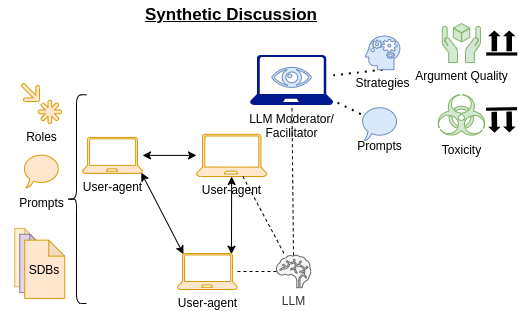
Earlier version of the draw.io export manuscript/resources/research_goal.png (dimits-ts/synthetic_moderation_experiments). Source tidied: cells renumbered, new cells last; positions are measured from the earlier drawing's top-left corner, leaving out a move shared by most shapes. Its diagram source:
```xml
<mxGraphModel>
  <root>
    <mxCell id="0" />
    <mxCell id="1" parent="0" />
    <mxCell id="2" style="endArrow=classic;startArrow=classic;html=1;rounded=0;entryX=0.1;entryY=0.02;entryDx=0;entryDy=0;entryPerimeter=0;exitX=0.98;exitY=0.98;exitDx=0;exitDy=0;exitPerimeter=0;" parent="1" edge="1" source="7" target="8">
      <mxGeometry relative="1" as="geometry" />
    </mxCell>
    <mxCell id="3" style="endArrow=none;dashed=1;html=1;dashPattern=1 3;strokeWidth=2;rounded=0;" parent="1" edge="1" source="24" target="17">
      <mxGeometry relative="1" as="geometry" />
    </mxCell>
    <mxCell id="4" style="endArrow=none;dashed=1;html=1;dashPattern=1 3;strokeWidth=2;rounded=0;exitX=0.5;exitY=1;exitDx=0;exitDy=0;exitPerimeter=0;" parent="1" edge="1" source="13" target="17">
      <mxGeometry relative="1" as="geometry" />
    </mxCell>
    <mxCell id="5" value="&lt;b&gt;&lt;u&gt;&lt;font style=&quot;font-size: 17px;&quot;&gt;Synthetic Discussion&lt;/font&gt;&lt;/u&gt;&lt;/b&gt;" style="text;html=1;align=center;verticalAlign=middle;whiteSpace=wrap;rounded=0;" parent="1" vertex="1">
      <mxGeometry x="0.2" y="-0.1" width="464" height="30" as="geometry" />
    </mxCell>
    <mxCell id="6" style="endArrow=classic;startArrow=classic;html=1;rounded=0;exitX=0.9;exitY=0.02;exitDx=0;exitDy=0;exitPerimeter=0;" parent="1" edge="1" source="8" target="15">
      <mxGeometry relative="1" as="geometry" />
    </mxCell>
    <mxCell id="7" value="User-agent" style="sketch=0;shadow=0;dashed=0;html=1;strokeColor=#d79b00;labelPosition=center;verticalLabelPosition=bottom;verticalAlign=top;align=center;fillColor=#ffe6cc;shape=mxgraph.azure.laptop;" parent="1" vertex="1">
      <mxGeometry x="83" y="136.9" width="60" height="36" as="geometry" />
    </mxCell>
    <mxCell id="8" value="User-agent" style="sketch=0;shadow=0;dashed=0;html=1;strokeColor=#d79b00;labelPosition=center;verticalLabelPosition=bottom;verticalAlign=top;align=center;fillColor=#ffe6cc;shape=mxgraph.azure.laptop;" parent="1" vertex="1">
      <mxGeometry x="178" y="253" width="60" height="36" as="geometry" />
    </mxCell>
    <mxCell id="9" style="shape=mxgraph.signs.safety.store_right_up_1;html=1;fillColor=#000000;strokeColor=none;verticalLabelPosition=bottom;verticalAlign=top;align=center;sketch=0;rotation=-181;" parent="1" vertex="1">
      <mxGeometry x="486.8" y="106.9" width="30.9" height="25.2" as="geometry" />
    </mxCell>
    <mxCell id="10" value="Toxicity" style="shape=mxgraph.signs.safety.biohazard;html=1;fillColor=#d5e8d4;strokeColor=#82b366;verticalLabelPosition=bottom;verticalAlign=top;align=center;sketch=0;" parent="1" vertex="1">
      <mxGeometry x="437" y="94.3" width="49.8" height="41.9" as="geometry" />
    </mxCell>
    <mxCell id="11" value="Argument Quality" style="shape=mxgraph.signs.safety.handle_with_care;html=1;fillColor=#d5e8d4;strokeColor=#82b366;verticalLabelPosition=bottom;verticalAlign=top;align=center;sketch=0;" parent="1" vertex="1">
      <mxGeometry x="442.8" y="23" width="38.2" height="39" as="geometry" />
    </mxCell>
    <mxCell id="12" style="shape=mxgraph.signs.safety.store_right_up_1;html=1;fillColor=#000000;strokeColor=none;verticalLabelPosition=bottom;verticalAlign=top;align=center;sketch=0;rotation=0;" parent="1" vertex="1">
      <mxGeometry x="486.8" y="29.9" width="30.9" height="25.2" as="geometry" />
    </mxCell>
    <mxCell id="13" value="Strategies" style="shape=mxgraph.signs.healthcare.mental_health;html=1;fillColor=#dae8fc;strokeColor=#6c8ebf;verticalLabelPosition=bottom;verticalAlign=top;align=center;sketch=0;" parent="1" vertex="1">
      <mxGeometry x="366" y="35.6" width="34.4" height="33.5" as="geometry" />
    </mxCell>
    <mxCell id="14" value="LLM" style="shape=mxgraph.signs.healthcare.brain;html=1;fillColor=#f5f5f5;strokeColor=#666666;verticalLabelPosition=bottom;verticalAlign=top;align=center;sketch=0;fontColor=#333333;" parent="1" vertex="1">
      <mxGeometry x="277" y="254.8" width="34.4" height="32.5" as="geometry" />
    </mxCell>
    <mxCell id="15" value="User-agent" style="sketch=0;shadow=0;dashed=0;html=1;strokeColor=#d79b00;labelPosition=center;verticalLabelPosition=bottom;verticalAlign=top;align=center;fillColor=#ffe6cc;shape=mxgraph.azure.laptop;" parent="1" vertex="1">
      <mxGeometry x="197" y="133.8" width="70.3" height="42.2" as="geometry" />
    </mxCell>
    <mxCell id="16" style="group;" parent="1" vertex="1">
      <mxGeometry x="250.5" y="54.6" width="83.3" height="50" as="geometry" />
    </mxCell>
    <mxCell id="17" value="LLM Moderator/&lt;div&gt;Facilitator&lt;/div&gt;" style="sketch=0;shadow=0;dashed=0;html=1;strokeColor=none;labelPosition=center;verticalLabelPosition=bottom;verticalAlign=top;align=center;fillColor=#00188D;shape=mxgraph.azure.laptop;" parent="16" vertex="1">
      <mxGeometry width="83.3" height="50" as="geometry" />
    </mxCell>
    <mxCell id="18" style="shape=mxgraph.signs.healthcare.eye;html=1;fillColor=#dae8fc;strokeColor=#6c8ebf;verticalLabelPosition=bottom;verticalAlign=top;align=center;sketch=0;" parent="16" vertex="1">
      <mxGeometry x="21.7" y="12.3" width="40" height="20" as="geometry" />
    </mxCell>
    <mxCell id="19" style="endArrow=classic;startArrow=classic;html=1;rounded=0;" parent="1" edge="1" source="7" target="15">
      <mxGeometry relative="1" as="geometry" />
    </mxCell>
    <mxCell id="20" style="endArrow=none;dashed=1;html=1;rounded=0;" parent="1" edge="1" source="15" target="14">
      <mxGeometry relative="1" as="geometry" />
    </mxCell>
    <mxCell id="21" style="endArrow=none;dashed=1;html=1;rounded=0;" parent="1" edge="1" source="8" target="14">
      <mxGeometry relative="1" as="geometry" />
    </mxCell>
    <mxCell id="22" style="endArrow=none;dashed=1;html=1;rounded=0;" parent="1" edge="1" source="14" target="17">
      <mxGeometry relative="1" as="geometry" />
    </mxCell>
    <mxCell id="23" style="group;" parent="1" vertex="1">
      <mxGeometry x="345.2" y="105.6" width="70" height="55" as="geometry" />
    </mxCell>
    <mxCell id="24" style="whiteSpace=wrap;html=1;shape=mxgraph.basic.oval_callout;fillColor=#dae8fc;strokeColor=#6c8ebf;" parent="23" vertex="1">
      <mxGeometry x="16.1" width="37.8" height="34.6" as="geometry" />
    </mxCell>
    <mxCell id="25" value="Prompts" style="text;html=1;align=center;verticalAlign=middle;points=[];" parent="23" vertex="1">
      <mxGeometry y="25" width="70" height="30" as="geometry" />
    </mxCell>
    <mxCell id="26" style="group;" parent="1" vertex="1">
      <mxGeometry x="7" y="153" width="70" height="55" as="geometry" />
    </mxCell>
    <mxCell id="27" style="whiteSpace=wrap;html=1;shape=mxgraph.basic.oval_callout;fillColor=#ffe6cc;strokeColor=#d79b00;" parent="26" vertex="1">
      <mxGeometry x="16.1" width="37.8" height="34.6" as="geometry" />
    </mxCell>
    <mxCell id="28" style="group;" parent="1" vertex="1">
      <mxGeometry x="15.2" y="228" width="50" height="70" as="geometry" />
    </mxCell>
    <mxCell id="29" style="shape=note;whiteSpace=wrap;html=1;backgroundOutline=1;darkOpacity=0.05;fillColor=#fff2cc;strokeColor=#d6b656;" parent="28" vertex="1">
      <mxGeometry width="40" height="58.3" as="geometry" />
    </mxCell>
    <mxCell id="30" style="shape=note;whiteSpace=wrap;html=1;backgroundOutline=1;darkOpacity=0.05;fillColor=#e1d5e7;strokeColor=#9673a6;" parent="28" vertex="1">
      <mxGeometry x="5" y="5.8" width="40" height="58.3" as="geometry" />
    </mxCell>
    <mxCell id="31" style="shape=note;whiteSpace=wrap;html=1;backgroundOutline=1;darkOpacity=0.05;fillColor=#ffe6cc;strokeColor=#d79b00;size=16;" parent="28" vertex="1">
      <mxGeometry x="10" y="11.7" width="40" height="58.3" as="geometry" />
    </mxCell>
    <mxCell id="32" value="SDBs" style="text;html=1;align=center;verticalAlign=middle;whiteSpace=wrap;rounded=0;" parent="28" vertex="1">
      <mxGeometry x="15" y="33.4" width="30" height="17.5" as="geometry" />
    </mxCell>
    <mxCell id="33" value="Roles" style="shape=mxgraph.signs.travel.point_of_interest;html=1;fillColor=#ffe6cc;strokeColor=#d79b00;verticalLabelPosition=bottom;verticalAlign=top;align=center;sketch=0;" parent="1" vertex="1">
      <mxGeometry x="22" y="83" width="40" height="40" as="geometry" />
    </mxCell>
    <mxCell id="34" value="Prompts" style="text;html=1;align=center;verticalAlign=middle;" parent="1" vertex="1">
      <mxGeometry x="7" y="187.6" width="70" height="30" as="geometry" />
    </mxCell>
    <mxCell id="35" style="shape=curlyBracket;whiteSpace=wrap;html=1;rounded=1;labelPosition=left;verticalLabelPosition=middle;align=right;verticalAlign=middle;" parent="1" vertex="1">
      <mxGeometry x="67" y="94.3" width="20" height="208.7" as="geometry" />
    </mxCell>
  </root>
</mxGraphModel>
```
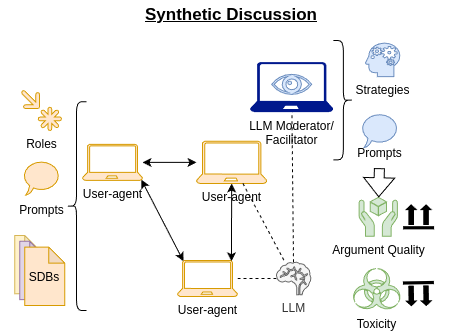
The same file after the commit.

The edit, as a diff of the source:
```diff
@@ -5,14 +5,8 @@
     <mxCell id="2" style="endArrow=classic;startArrow=classic;html=1;rounded=0;entryX=0.1;entryY=0.02;entryDx=0;entryDy=0;entryPerimeter=0;exitX=0.98;exitY=0.98;exitDx=0;exitDy=0;exitPerimeter=0;" parent="1" edge="1" source="7" target="8">
       <mxGeometry relative="1" as="geometry" />
     </mxCell>
-    <mxCell id="3" style="endArrow=none;dashed=1;html=1;dashPattern=1 3;strokeWidth=2;rounded=0;" parent="1" edge="1" source="24" target="17">
-      <mxGeometry relative="1" as="geometry" />
-    </mxCell>
-    <mxCell id="4" style="endArrow=none;dashed=1;html=1;dashPattern=1 3;strokeWidth=2;rounded=0;exitX=0.5;exitY=1;exitDx=0;exitDy=0;exitPerimeter=0;" parent="1" edge="1" source="13" target="17">
-      <mxGeometry relative="1" as="geometry" />
-    </mxCell>
     <mxCell id="5" value="&lt;b&gt;&lt;u&gt;&lt;font style=&quot;font-size: 17px;&quot;&gt;Synthetic Discussion&lt;/font&gt;&lt;/u&gt;&lt;/b&gt;" style="text;html=1;align=center;verticalAlign=middle;whiteSpace=wrap;rounded=0;" parent="1" vertex="1">
-      <mxGeometry x="0.2" y="-0.1" width="464" height="30" as="geometry" />
+      <mxGeometry x="0.2" y="-7" width="464" height="30" as="geometry" />
     </mxCell>
     <mxCell id="6" style="endArrow=classic;startArrow=classic;html=1;rounded=0;exitX=0.9;exitY=0.02;exitDx=0;exitDy=0;exitPerimeter=0;" parent="1" edge="1" source="8" target="15">
       <mxGeometry relative="1" as="geometry" />
@@ -24,16 +18,16 @@
       <mxGeometry x="178" y="253" width="60" height="36" as="geometry" />
     </mxCell>
     <mxCell id="9" style="shape=mxgraph.signs.safety.store_right_up_1;html=1;fillColor=#000000;strokeColor=none;verticalLabelPosition=bottom;verticalAlign=top;align=center;sketch=0;rotation=-181;" parent="1" vertex="1">
-      <mxGeometry x="486.8" y="106.9" width="30.9" height="25.2" as="geometry" />
+      <mxGeometry x="403.7" y="273.6" width="30.9" height="25.2" as="geometry" />
     </mxCell>
     <mxCell id="10" value="Toxicity" style="shape=mxgraph.signs.safety.biohazard;html=1;fillColor=#d5e8d4;strokeColor=#82b366;verticalLabelPosition=bottom;verticalAlign=top;align=center;sketch=0;" parent="1" vertex="1">
-      <mxGeometry x="437" y="94.3" width="49.8" height="41.9" as="geometry" />
+      <mxGeometry x="352.3" y="261.1" width="49.8" height="41.9" as="geometry" />
     </mxCell>
     <mxCell id="11" value="Argument Quality" style="shape=mxgraph.signs.safety.handle_with_care;html=1;fillColor=#d5e8d4;strokeColor=#82b366;verticalLabelPosition=bottom;verticalAlign=top;align=center;sketch=0;" parent="1" vertex="1">
-      <mxGeometry x="442.8" y="23" width="38.2" height="39" as="geometry" />
+      <mxGeometry x="359.6" y="189.8" width="38.2" height="39" as="geometry" />
     </mxCell>
     <mxCell id="12" style="shape=mxgraph.signs.safety.store_right_up_1;html=1;fillColor=#000000;strokeColor=none;verticalLabelPosition=bottom;verticalAlign=top;align=center;sketch=0;rotation=0;" parent="1" vertex="1">
-      <mxGeometry x="486.8" y="29.9" width="30.9" height="25.2" as="geometry" />
+      <mxGeometry x="403.7" y="196.7" width="30.9" height="25.2" as="geometry" />
     </mxCell>
     <mxCell id="13" value="Strategies" style="shape=mxgraph.signs.healthcare.mental_health;html=1;fillColor=#dae8fc;strokeColor=#6c8ebf;verticalLabelPosition=bottom;verticalAlign=top;align=center;sketch=0;" parent="1" vertex="1">
       <mxGeometry x="366" y="35.6" width="34.4" height="33.5" as="geometry" />
@@ -104,5 +98,11 @@
     <mxCell id="35" style="shape=curlyBracket;whiteSpace=wrap;html=1;rounded=1;labelPosition=left;verticalLabelPosition=middle;align=right;verticalAlign=middle;" parent="1" vertex="1">
       <mxGeometry x="67" y="94.3" width="20" height="208.7" as="geometry" />
     </mxCell>
+    <mxCell id="36" style="shape=curlyBracket;whiteSpace=wrap;html=1;rounded=1;labelPosition=left;verticalLabelPosition=middle;align=right;verticalAlign=middle;size=0.5;rotation=-180;" parent="1" vertex="1">
+      <mxGeometry x="333.8" y="33" width="20" height="119.3" as="geometry" />
+    </mxCell>
+    <mxCell id="37" style="shape=flexArrow;endArrow=classic;html=1;rounded=0;" parent="1" edge="1" source="25" target="11">
+      <mxGeometry relative="1" as="geometry" />
+    </mxCell>
   </root>
 </mxGraphModel>
```
